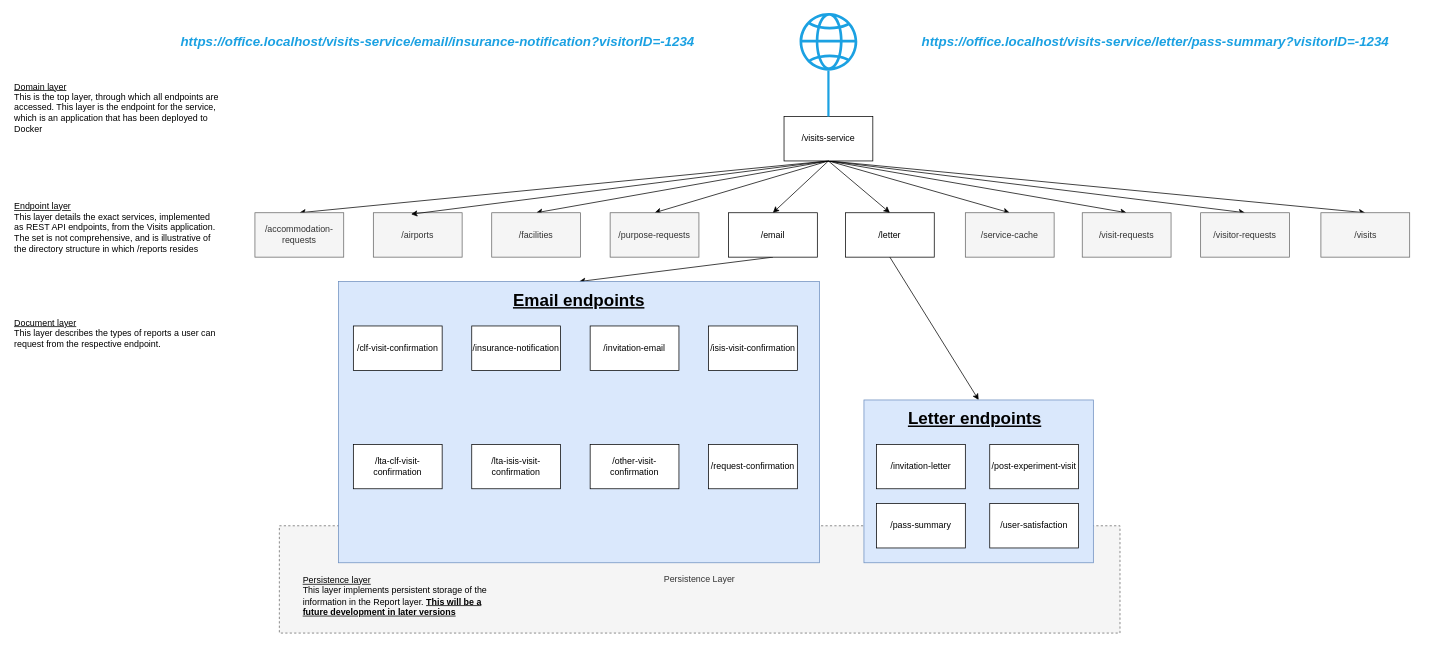
Earlier version of the draw.io diagram Service URL hierarchy.drawio (ambolt314/FinalProjectDesign). Source tidied: cells renumbered, new cells numbered last; positions are measured from the earlier drawing's top-left corner, leaving out a move shared by most shapes. Both pictures are drawn from the tidied source at 74%, with x=0, y=0 at pixel (13, 13).
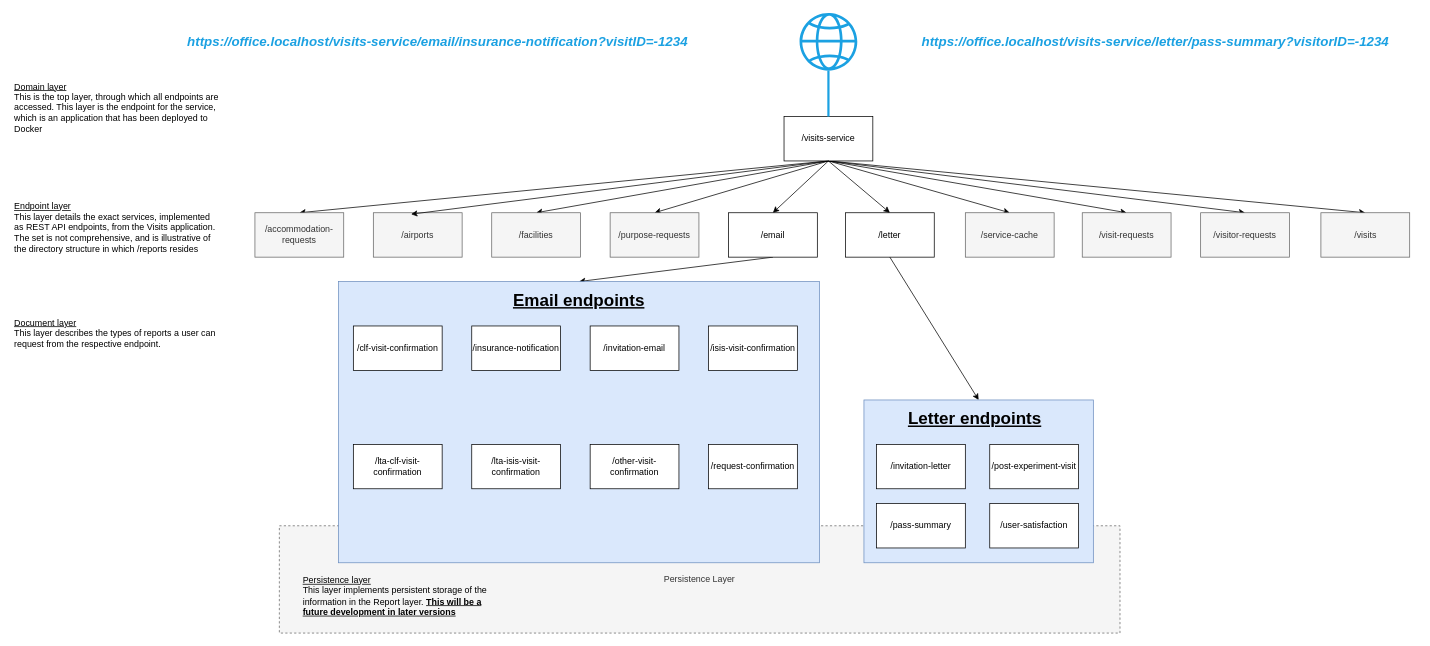
The same diagram, later.

What changed in the source:
```diff
@@
-    <mxCell id="23" value="&lt;div align=&quot;center&quot;&gt;&lt;font color=&quot;#1ba1e2&quot;&gt;&lt;i&gt;&lt;font style=&quot;font-size: 18px;&quot;&gt;&lt;b&gt;https://office.localhost/visits-service/email/insurance-notification?visitorID=-1234&lt;/b&gt;&lt;/font&gt;&lt;/i&gt;&lt;/font&gt;&lt;/div&gt;" style="text;html=1;align=center;verticalAlign=middle;whiteSpace=wrap;rounded=0;" parent="1" vertex="1">
+    <mxCell id="23" value="&lt;div align=&quot;center&quot;&gt;&lt;font color=&quot;#1ba1e2&quot;&gt;&lt;i&gt;&lt;font style=&quot;font-size: 18px;&quot;&gt;&lt;b&gt;https://office.localhost/visits-service/email/insurance-notification?visitID=-1234&lt;/b&gt;&lt;/font&gt;&lt;/i&gt;&lt;/font&gt;&lt;/div&gt;" style="text;html=1;align=center;verticalAlign=middle;whiteSpace=wrap;rounded=0;" parent="1" vertex="1">
       <mxGeometry x="160" y="24" width="828" height="30" as="geometry" />
     </mxCell>
```
